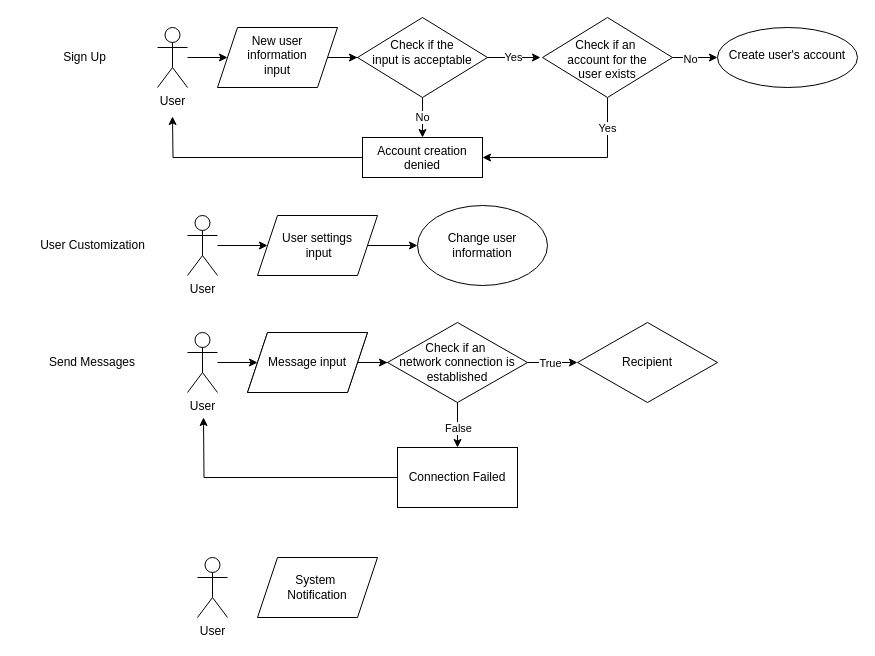
The draw.io diagram context.drawio in M4RL1M/CPSC-362-Chat-App-Project, before the edit. Source tidied: cells renumbered, new cells numbered last; positions are measured from the earlier drawing's top-left corner, leaving out a move shared by most shapes. Both pictures are drawn from the tidied source at 100%, with x=0, y=0 at pixel (17, 17).
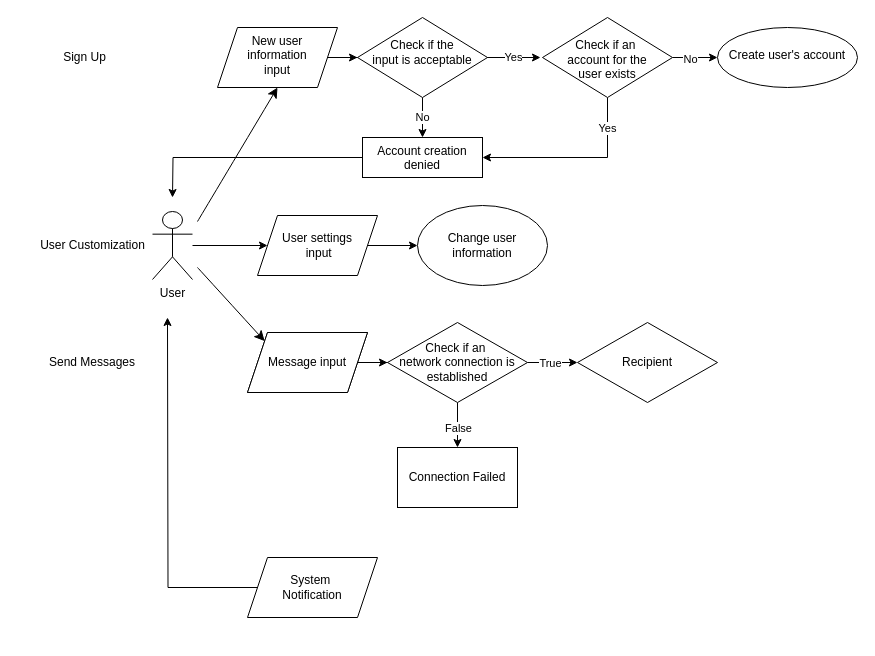
The same diagram, later.

Unchanged cells that the change refers to:
```xml
<mxCell id="10" value="New user&lt;div&gt;information&lt;/div&gt;&lt;div&gt;input&lt;/div&gt;" style="shape=parallelogram;perimeter=parallelogramPerimeter;whiteSpace=wrap;html=1;fixedSize=1;verticalAlign=top;" parent="1" vertex="1">
  <mxGeometry x="200" y="10" width="120" height="60" as="geometry" />
</mxCell>
<mxCell id="12" value="&lt;div&gt;&lt;span style=&quot;background-color: initial;&quot;&gt;Account creation denied&lt;/span&gt;&lt;br&gt;&lt;/div&gt;" style="whiteSpace=wrap;html=1;verticalAlign=top;" parent="1" vertex="1">
  <mxGeometry x="345" y="120" width="120" height="40" as="geometry" />
</mxCell>
<mxCell id="25" value="Message input" style="shape=parallelogram;perimeter=parallelogramPerimeter;whiteSpace=wrap;html=1;fixedSize=1;" parent="1" vertex="1">
  <mxGeometry x="230" y="315" width="120" height="60" as="geometry" />
</mxCell>
<mxCell id="35" value="Connection Failed" style="whiteSpace=wrap;html=1;" parent="1" vertex="1">
  <mxGeometry x="380" y="430" width="120" height="60" as="geometry" />
</mxCell>
<mxCell id="38" value="Message input" style="shape=parallelogram;perimeter=parallelogramPerimeter;whiteSpace=wrap;html=1;fixedSize=1;" parent="1" vertex="1">
  <mxGeometry x="230" y="315" width="120" height="60" as="geometry" />
</mxCell>
```

Change to the diagram source:
```diff
@@
-    <mxCell id="2" style="edgeStyle=orthogonalEdgeStyle;rounded=0;jettySize=auto;html=1;" parent="1" edge="1" source="3" target="10">
-      <mxGeometry relative="1" as="geometry" />
-    </mxCell>
-    <mxCell id="3" value="User" style="shape=umlActor;verticalLabelPosition=bottom;verticalAlign=top;html=1;outlineConnect=0;" parent="1" vertex="1">
-      <mxGeometry x="140" y="10" width="30" height="60" as="geometry" />
-    </mxCell>
@@
     <mxCell id="11" style="edgeStyle=orthogonalEdgeStyle;rounded=0;jettySize=auto;html=1;exitX=0;exitY=0.5;exitDx=0;exitDy=0;" parent="1" edge="1" source="12">
       <mxGeometry relative="1" as="geometry">
-        <mxPoint x="155" y="99" as="targetPoint" />
+        <mxPoint x="155" y="180" as="targetPoint" />
       </mxGeometry>
     </mxCell>
@@
+    <mxCell id="40" style="edgeStyle=none;curved=1;rounded=0;jettySize=auto;html=1;fontSize=12;startSize=8;endSize=8;entryX=0;entryY=0;entryDx=0;entryDy=0;" parent="1" edge="1" target="38">
+      <mxGeometry relative="1" as="geometry">
+        <mxPoint x="180" y="250" as="sourcePoint" />
+      </mxGeometry>
+    </mxCell>
+    <mxCell id="41" style="edgeStyle=none;curved=1;rounded=0;jettySize=auto;html=1;entryX=0.5;entryY=1;entryDx=0;entryDy=0;fontSize=12;startSize=8;endSize=8;" parent="1" edge="1" target="10">
+      <mxGeometry relative="1" as="geometry">
+        <mxPoint x="180" y="204" as="sourcePoint" />
+      </mxGeometry>
+    </mxCell>
     <mxCell id="17" value="User" style="shape=umlActor;verticalLabelPosition=bottom;verticalAlign=top;html=1;outlineConnect=0;" parent="1" vertex="1">
-      <mxGeometry x="170" y="198" width="30" height="60" as="geometry" />
+      <mxGeometry x="135" y="194" width="40" height="68" as="geometry" />
     </mxCell>
@@
-    <mxCell id="22" style="edgeStyle=orthogonalEdgeStyle;rounded=0;jettySize=auto;html=1;entryX=0;entryY=0.5;entryDx=0;entryDy=0;" parent="1" edge="1" source="23" target="25">
-      <mxGeometry relative="1" as="geometry" />
-    </mxCell>
-    <mxCell id="23" value="User" style="shape=umlActor;verticalLabelPosition=bottom;verticalAlign=top;html=1;outlineConnect=0;" parent="1" vertex="1">
-      <mxGeometry x="170" y="315" width="30" height="60" as="geometry" />
-    </mxCell>
@@
-    <mxCell id="34" style="edgeStyle=orthogonalEdgeStyle;rounded=0;jettySize=auto;html=1;exitX=0;exitY=0.5;exitDx=0;exitDy=0;" parent="1" edge="1" source="35">
+    <mxCell id="34" style="edgeStyle=orthogonalEdgeStyle;rounded=0;jettySize=auto;html=1;exitX=0;exitY=0.5;exitDx=0;exitDy=0;" parent="1" edge="1" source="39">
       <mxGeometry relative="1" as="geometry">
-        <mxPoint x="186" y="400" as="targetPoint" />
+        <mxPoint x="150" y="300" as="targetPoint" />
       </mxGeometry>
     </mxCell>
@@
-    <mxCell id="37" value="User" style="shape=umlActor;verticalLabelPosition=bottom;verticalAlign=top;html=1;" parent="1" vertex="1">
-      <mxGeometry x="180" y="540" width="30" height="60" as="geometry" />
-    </mxCell>
@@
     <mxCell id="39" value="System&amp;nbsp;&lt;div&gt;Notification&lt;/div&gt;" style="shape=parallelogram;perimeter=parallelogramPerimeter;whiteSpace=wrap;html=1;fixedSize=1;" parent="1" vertex="1">
-      <mxGeometry x="240" y="540" width="120" height="60" as="geometry" />
+      <mxGeometry x="230" y="540" width="130" height="60" as="geometry" />
     </mxCell>
```
